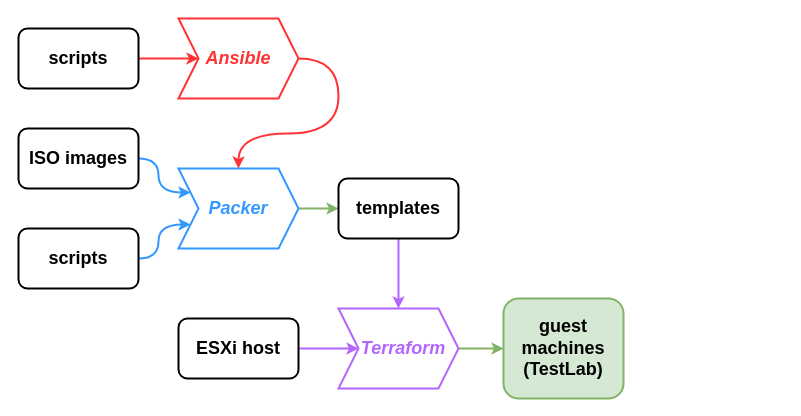
This is img/TestLab/setup_future.drawio from eWalker-TestLab/Documentation, a draw.io file, before an edit. Source tidied: cells renumbered, new cells numbered last; positions are measured from the earlier drawing's top-left corner, leaving out a move shared by most shapes. Both pictures are drawn from the tidied source at 100%, with x=0, y=0 at pixel (18, 18).
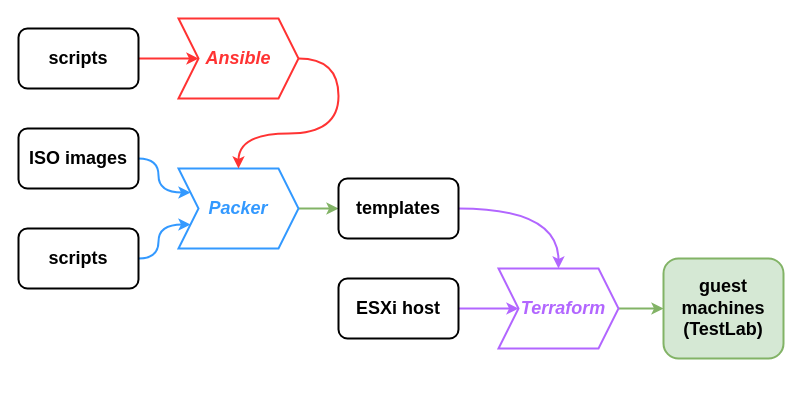
Above is the later version.

The change refers to these unchanged cells:
```xml
<mxCell id="9" value="&lt;h2&gt;templates&lt;/h2&gt;" style="rounded=1;whiteSpace=wrap;html=1;strokeWidth=2;" parent="1" vertex="1">
  <mxGeometry x="320" y="160" width="120" height="60" as="geometry" />
</mxCell>
```

The edit, as a diff of the source:
```diff
@@
-    <mxCell id="8" style="edgeStyle=orthogonalEdgeStyle;curved=1;html=1;exitX=0.5;exitY=1;exitDx=0;exitDy=0;entryX=0.5;entryY=0;entryDx=0;entryDy=0;fontColor=#000000;strokeColor=#B266FF;strokeWidth=2;" parent="1" edge="1" source="9" target="11">
+    <mxCell id="8" style="edgeStyle=orthogonalEdgeStyle;curved=1;html=1;exitX=1;exitY=0.5;exitDx=0;exitDy=0;entryX=0.5;entryY=0;entryDx=0;entryDy=0;fontColor=#000000;strokeColor=#B266FF;strokeWidth=2;" parent="1" edge="1" source="9" target="11">
       <mxGeometry relative="1" as="geometry" />
     </mxCell>
@@
     <mxCell id="11" value="&lt;h2&gt;&lt;font color=&quot;#b266ff&quot;&gt;&lt;i&gt;&amp;nbsp; Terraform&lt;/i&gt;&lt;/font&gt;&lt;/h2&gt;" style="shape=step;perimeter=stepPerimeter;whiteSpace=wrap;html=1;fixedSize=1;strokeColor=#B266FF;strokeWidth=2;" parent="1" vertex="1">
-      <mxGeometry x="320" y="290" width="120" height="80" as="geometry" />
+      <mxGeometry x="480" y="250" width="120" height="80" as="geometry" />
     </mxCell>
@@
     <mxCell id="13" value="&lt;h2&gt;ESXi host&lt;/h2&gt;" style="rounded=1;whiteSpace=wrap;html=1;strokeWidth=2;" parent="1" vertex="1">
-      <mxGeometry x="160" y="300" width="120" height="60" as="geometry" />
+      <mxGeometry x="320" y="260" width="120" height="60" as="geometry" />
     </mxCell>
@@
     <mxCell id="15" value="&lt;h2&gt;&lt;font color=&quot;#000000&quot;&gt;guest machines (TestLab)&lt;/font&gt;&lt;/h2&gt;" style="rounded=1;whiteSpace=wrap;html=1;strokeWidth=2;fillColor=#d5e8d4;strokeColor=#82b366;" parent="1" vertex="1">
-      <mxGeometry x="485" y="280" width="120" height="100" as="geometry" />
+      <mxGeometry x="645" y="240" width="120" height="100" as="geometry" />
     </mxCell>
```
